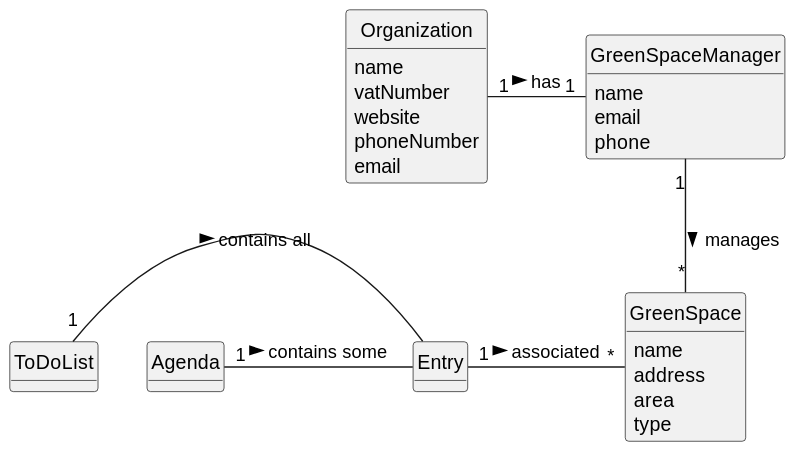
Earlier version of the PlantUML export docs/sprintC/us022/02.analysis/svg/us022-domain-model.svg (Departamento-de-Engenharia-Informatica/lei-24-s2-1dkl-g134).
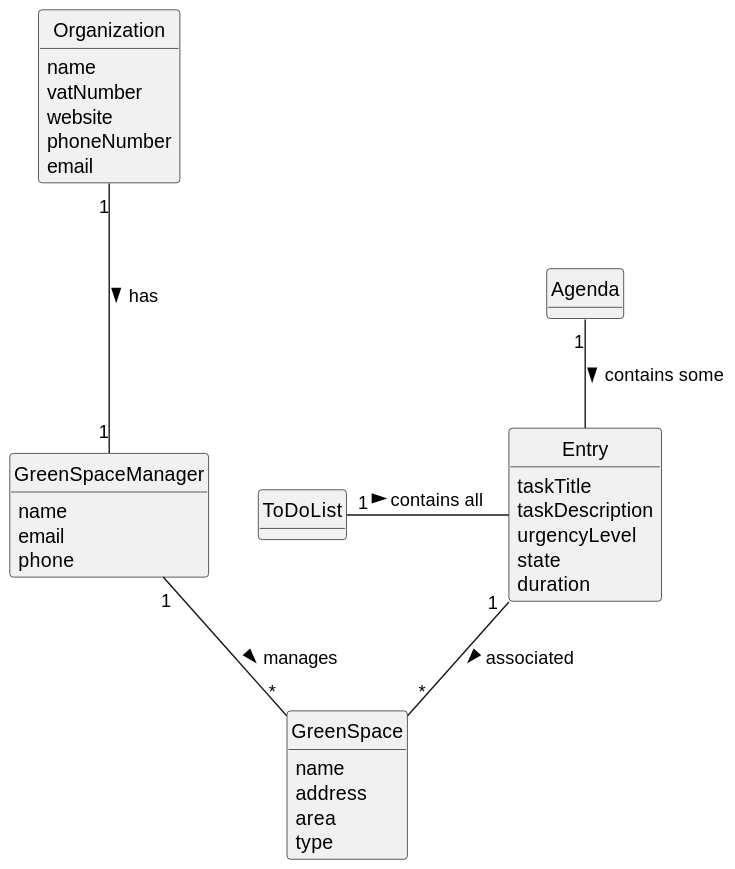
After the change.

Diff of the diagram source:
```diff
@@ -25,7 +25,11 @@
 }
 
 class Entry {
-
+taskTitle
+taskDescription
+urgencyLevel
+state
+duration
 }
 
 class GreenSpaceManager {
@@ -44,9 +48,10 @@
 
 
 
-Organization "1" - "1" GreenSpaceManager : has >
-Entry "1" - "*" GreenSpace: associated >
+
+Organization "1" --- "1" GreenSpaceManager : has >
+Entry "1" -- "*" GreenSpace: associated >
 GreenSpaceManager "1" -- "*" GreenSpace : manages >
 ToDoList "1" -  Entry : contains all >
-Agenda "1" -  Entry : contains some >
+Agenda "1" --  Entry : contains some >
 @enduml
```
